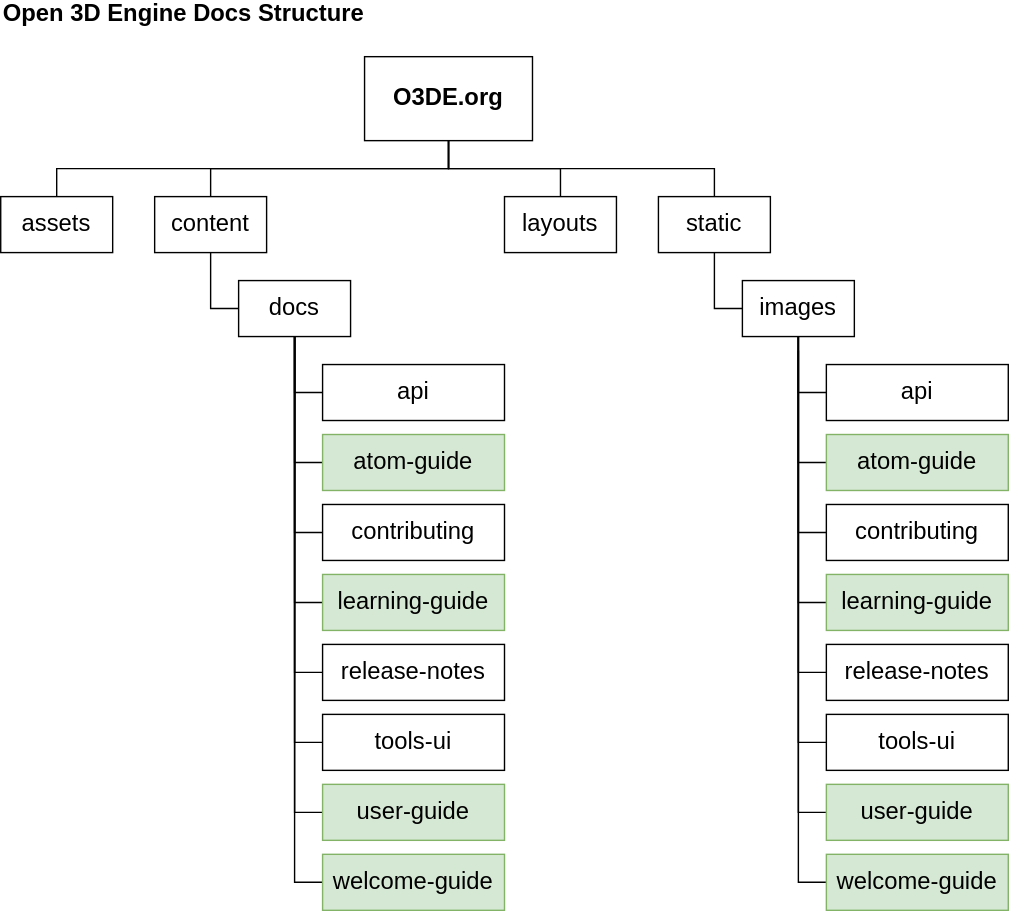
Above: static/images/contributing/to-docs/o3de-directory-structure.svg in o3de/o3de.org (draw.io), before the change. Source tidied: cells renumbered, new cells last; positions are measured from the earlier drawing's top-left corner, leaving out a move shared by most shapes. Its diagram source:
```xml
<mxGraphModel>
  <root>
    <mxCell id="0" />
    <mxCell id="1" parent="0" />
    <mxCell id="2" style="edgeStyle=orthogonalEdgeStyle;rounded=0;jettySize=auto;html=1;exitX=0.5;exitY=1;exitDx=0;exitDy=0;entryX=0.5;entryY=0;entryDx=0;entryDy=0;fontFamily=Helvetica;fontSize=17;endArrow=none;endFill=0;startArrow=none;startFill=0;" parent="1" edge="1" source="6" target="8">
      <mxGeometry relative="1" as="geometry" />
    </mxCell>
    <mxCell id="3" style="edgeStyle=orthogonalEdgeStyle;rounded=0;jettySize=auto;html=1;exitX=0.5;exitY=1;exitDx=0;exitDy=0;entryX=0.5;entryY=0;entryDx=0;entryDy=0;fontFamily=Helvetica;fontSize=17;endArrow=none;endFill=0;" parent="1" edge="1" source="6" target="10">
      <mxGeometry relative="1" as="geometry" />
    </mxCell>
    <mxCell id="4" style="edgeStyle=orthogonalEdgeStyle;rounded=0;jettySize=auto;html=1;exitX=0.5;exitY=1;exitDx=0;exitDy=0;entryX=0.5;entryY=0;entryDx=0;entryDy=0;fontFamily=Helvetica;fontSize=17;endArrow=none;endFill=0;" parent="1" edge="1" source="6" target="11">
      <mxGeometry relative="1" as="geometry" />
    </mxCell>
    <mxCell id="5" style="edgeStyle=orthogonalEdgeStyle;rounded=0;jettySize=auto;html=1;exitX=0.5;exitY=1;exitDx=0;exitDy=0;fontFamily=Helvetica;fontSize=17;endArrow=none;endFill=0;" parent="1" edge="1" source="6" target="12">
      <mxGeometry relative="1" as="geometry" />
    </mxCell>
    <mxCell id="6" value="&lt;font style=&quot;font-size: 17px;&quot;&gt;&lt;b style=&quot;font-size: 17px;&quot;&gt;O3DE.org&lt;/b&gt;&lt;/font&gt;" style="rounded=0;whiteSpace=wrap;html=1;fontFamily=Helvetica;fontSize=17;" parent="1" vertex="1">
      <mxGeometry x="260" y="40" width="120" height="60" as="geometry" />
    </mxCell>
    <mxCell id="7" value="Open 3D Engine Docs Structure" style="text;html=1;strokeColor=none;fillColor=none;align=left;verticalAlign=middle;whiteSpace=wrap;rounded=0;fontFamily=Helvetica;fontSize=17;fontStyle=1;" parent="1" vertex="1">
      <mxGeometry width="310" height="20" as="geometry" />
    </mxCell>
    <mxCell id="8" value="assets" style="rounded=0;whiteSpace=wrap;html=1;fontFamily=Helvetica;fontSize=17;" parent="1" vertex="1">
      <mxGeometry y="140" width="80" height="40" as="geometry" />
    </mxCell>
    <mxCell id="9" style="edgeStyle=orthogonalEdgeStyle;rounded=0;jettySize=auto;html=1;entryX=0;entryY=0.5;entryDx=0;entryDy=0;fontFamily=Helvetica;fontSize=17;endArrow=none;endFill=0;" parent="1" edge="1" source="10" target="15">
      <mxGeometry relative="1" as="geometry" />
    </mxCell>
    <mxCell id="10" value="content" style="rounded=0;whiteSpace=wrap;html=1;fontFamily=Helvetica;fontSize=17;" parent="1" vertex="1">
      <mxGeometry x="110" y="140" width="80" height="40" as="geometry" />
    </mxCell>
    <mxCell id="11" value="layouts" style="rounded=0;whiteSpace=wrap;html=1;fontFamily=Helvetica;fontSize=17;" parent="1" vertex="1">
      <mxGeometry x="360" y="140" width="80" height="40" as="geometry" />
    </mxCell>
    <mxCell id="12" value="static" style="rounded=0;whiteSpace=wrap;html=1;fontFamily=Helvetica;fontSize=17;" parent="1" vertex="1">
      <mxGeometry x="470" y="140" width="80" height="40" as="geometry" />
    </mxCell>
    <mxCell id="13" style="edgeStyle=orthogonalEdgeStyle;rounded=0;jettySize=auto;html=1;exitX=0.5;exitY=1;exitDx=0;exitDy=0;entryX=0;entryY=0.5;entryDx=0;entryDy=0;fontFamily=Helvetica;fontSize=17;startArrow=none;startFill=0;endArrow=none;endFill=0;strokeColor=#000000;" parent="1" edge="1" source="15" target="16">
      <mxGeometry relative="1" as="geometry" />
    </mxCell>
    <mxCell id="14" style="edgeStyle=orthogonalEdgeStyle;rounded=0;jettySize=auto;html=1;exitX=0.5;exitY=1;exitDx=0;exitDy=0;entryX=0;entryY=0.5;entryDx=0;entryDy=0;fontFamily=Helvetica;fontSize=17;startArrow=none;startFill=0;endArrow=none;endFill=0;strokeColor=#000000;" parent="1" edge="1" source="15" target="19">
      <mxGeometry relative="1" as="geometry" />
    </mxCell>
    <mxCell id="15" value="docs" style="rounded=0;whiteSpace=wrap;html=1;fontFamily=Helvetica;fontSize=17;" parent="1" vertex="1">
      <mxGeometry x="170" y="200" width="80" height="40" as="geometry" />
    </mxCell>
    <mxCell id="16" value="api" style="rounded=0;whiteSpace=wrap;html=1;fontFamily=Helvetica;fontSize=17;" parent="1" vertex="1">
      <mxGeometry x="230" y="260" width="130" height="40" as="geometry" />
    </mxCell>
    <mxCell id="17" style="edgeStyle=orthogonalEdgeStyle;rounded=0;jettySize=auto;html=1;exitX=0;exitY=0.5;exitDx=0;exitDy=0;entryX=0.5;entryY=1;entryDx=0;entryDy=0;fontFamily=Helvetica;fontSize=17;startArrow=none;startFill=0;endArrow=none;endFill=0;strokeColor=#000000;" parent="1" edge="1" source="18" target="15">
      <mxGeometry relative="1" as="geometry" />
    </mxCell>
    <mxCell id="18" value="contributing" style="rounded=0;whiteSpace=wrap;html=1;fontFamily=Helvetica;fontSize=17;" parent="1" vertex="1">
      <mxGeometry x="230" y="360" width="130" height="40" as="geometry" />
    </mxCell>
    <mxCell id="19" value="learning-guide" style="rounded=0;whiteSpace=wrap;html=1;fontFamily=Helvetica;fontSize=17;fillColor=#d5e8d4;strokeColor=#82b366;" parent="1" vertex="1">
      <mxGeometry x="230" y="410" width="130" height="40" as="geometry" />
    </mxCell>
    <mxCell id="20" style="edgeStyle=orthogonalEdgeStyle;rounded=0;jettySize=auto;html=1;exitX=0;exitY=0.5;exitDx=0;exitDy=0;entryX=0.5;entryY=1;entryDx=0;entryDy=0;fontFamily=Helvetica;fontSize=17;startArrow=none;startFill=0;endArrow=none;endFill=0;strokeColor=#000000;" parent="1" edge="1" source="21" target="15">
      <mxGeometry relative="1" as="geometry" />
    </mxCell>
    <mxCell id="21" value="release-notes" style="rounded=0;whiteSpace=wrap;html=1;fontFamily=Helvetica;fontSize=17;" parent="1" vertex="1">
      <mxGeometry x="230" y="460" width="130" height="40" as="geometry" />
    </mxCell>
    <mxCell id="22" style="edgeStyle=orthogonalEdgeStyle;rounded=0;jettySize=auto;html=1;exitX=0;exitY=0.5;exitDx=0;exitDy=0;entryX=0.5;entryY=1;entryDx=0;entryDy=0;fontFamily=Helvetica;fontSize=17;startArrow=none;startFill=0;endArrow=none;endFill=0;strokeColor=#000000;" parent="1" edge="1" source="23" target="15">
      <mxGeometry relative="1" as="geometry" />
    </mxCell>
    <mxCell id="23" value="tools-ui" style="rounded=0;whiteSpace=wrap;html=1;fontFamily=Helvetica;fontSize=17;" parent="1" vertex="1">
      <mxGeometry x="230" y="510" width="130" height="40" as="geometry" />
    </mxCell>
    <mxCell id="24" style="edgeStyle=orthogonalEdgeStyle;rounded=0;jettySize=auto;html=1;exitX=0;exitY=0.5;exitDx=0;exitDy=0;entryX=0.5;entryY=1;entryDx=0;entryDy=0;fontFamily=Helvetica;fontSize=17;startArrow=none;startFill=0;endArrow=none;endFill=0;strokeColor=#000000;" parent="1" edge="1" source="25" target="15">
      <mxGeometry relative="1" as="geometry" />
    </mxCell>
    <mxCell id="25" value="user-guide" style="rounded=0;whiteSpace=wrap;html=1;fontFamily=Helvetica;fontSize=17;fillColor=#d5e8d4;strokeColor=#82b366;" parent="1" vertex="1">
      <mxGeometry x="230" y="560" width="130" height="40" as="geometry" />
    </mxCell>
    <mxCell id="26" style="edgeStyle=orthogonalEdgeStyle;rounded=0;jettySize=auto;html=1;fontFamily=Helvetica;fontSize=17;startArrow=none;startFill=0;endArrow=none;endFill=0;strokeColor=#000000;" parent="1" edge="1" source="27">
      <mxGeometry relative="1" as="geometry">
        <mxPoint x="210" y="240" as="targetPoint" />
      </mxGeometry>
    </mxCell>
    <mxCell id="27" value="welcome-guide" style="rounded=0;whiteSpace=wrap;html=1;fontFamily=Helvetica;fontSize=17;fillColor=#d5e8d4;strokeColor=#82b366;" parent="1" vertex="1">
      <mxGeometry x="230" y="610" width="130" height="40" as="geometry" />
    </mxCell>
    <mxCell id="28" style="edgeStyle=orthogonalEdgeStyle;rounded=0;jettySize=auto;html=1;exitX=0;exitY=0.5;exitDx=0;exitDy=0;entryX=0.5;entryY=1;entryDx=0;entryDy=0;fontFamily=Helvetica;fontSize=17;startArrow=none;startFill=0;endArrow=none;endFill=0;strokeColor=#000000;" parent="1" edge="1" source="29" target="15">
      <mxGeometry relative="1" as="geometry" />
    </mxCell>
    <mxCell id="29" value="atom-guide" style="rounded=0;whiteSpace=wrap;html=1;fontFamily=Helvetica;fontSize=17;fillColor=#d5e8d4;strokeColor=#82b366;" parent="1" vertex="1">
      <mxGeometry x="230" y="310" width="130" height="40" as="geometry" />
    </mxCell>
    <mxCell id="30" style="edgeStyle=orthogonalEdgeStyle;rounded=0;jettySize=auto;html=1;exitX=0.5;exitY=1;exitDx=0;exitDy=0;entryX=0;entryY=0.5;entryDx=0;entryDy=0;fontFamily=Helvetica;fontSize=17;startArrow=none;startFill=0;endArrow=none;endFill=0;strokeColor=#000000;" parent="1" edge="1" source="32" target="33">
      <mxGeometry relative="1" as="geometry" />
    </mxCell>
    <mxCell id="31" style="edgeStyle=orthogonalEdgeStyle;rounded=0;jettySize=auto;html=1;exitX=0;exitY=0.5;exitDx=0;exitDy=0;entryX=0.5;entryY=1;entryDx=0;entryDy=0;fontFamily=Helvetica;fontSize=17;startArrow=none;startFill=0;endArrow=none;endFill=0;strokeColor=#000000;" parent="1" edge="1" source="32" target="12">
      <mxGeometry relative="1" as="geometry" />
    </mxCell>
    <mxCell id="32" value="images" style="rounded=0;whiteSpace=wrap;html=1;fontFamily=Helvetica;fontSize=17;" parent="1" vertex="1">
      <mxGeometry x="530" y="200" width="80" height="40" as="geometry" />
    </mxCell>
    <mxCell id="33" value="api" style="rounded=0;whiteSpace=wrap;html=1;fontFamily=Helvetica;fontSize=17;" parent="1" vertex="1">
      <mxGeometry x="590" y="260" width="130" height="40" as="geometry" />
    </mxCell>
    <mxCell id="34" style="edgeStyle=orthogonalEdgeStyle;rounded=0;jettySize=auto;html=1;exitX=0;exitY=0.5;exitDx=0;exitDy=0;fontFamily=Helvetica;fontSize=17;startArrow=none;startFill=0;endArrow=none;endFill=0;strokeColor=#000000;" parent="1" edge="1" source="35">
      <mxGeometry relative="1" as="geometry">
        <mxPoint x="570" y="240" as="targetPoint" />
      </mxGeometry>
    </mxCell>
    <mxCell id="35" value="contributing" style="rounded=0;whiteSpace=wrap;html=1;fontFamily=Helvetica;fontSize=17;" parent="1" vertex="1">
      <mxGeometry x="590" y="360" width="130" height="40" as="geometry" />
    </mxCell>
    <mxCell id="36" style="edgeStyle=orthogonalEdgeStyle;rounded=0;jettySize=auto;html=1;exitX=0;exitY=0.5;exitDx=0;exitDy=0;fontFamily=Helvetica;fontSize=17;startArrow=none;startFill=0;endArrow=none;endFill=0;strokeColor=#000000;" parent="1" edge="1" source="37">
      <mxGeometry relative="1" as="geometry">
        <mxPoint x="570" y="240" as="targetPoint" />
      </mxGeometry>
    </mxCell>
    <mxCell id="37" value="learning-guide" style="rounded=0;whiteSpace=wrap;html=1;fontFamily=Helvetica;fontSize=17;fillColor=#d5e8d4;strokeColor=#82b366;" parent="1" vertex="1">
      <mxGeometry x="590" y="410" width="130" height="40" as="geometry" />
    </mxCell>
    <mxCell id="38" style="edgeStyle=orthogonalEdgeStyle;rounded=0;jettySize=auto;html=1;exitX=0;exitY=0.5;exitDx=0;exitDy=0;fontFamily=Helvetica;fontSize=17;startArrow=none;startFill=0;endArrow=none;endFill=0;strokeColor=#000000;" parent="1" edge="1" source="39">
      <mxGeometry relative="1" as="geometry">
        <mxPoint x="570" y="250" as="targetPoint" />
      </mxGeometry>
    </mxCell>
    <mxCell id="39" value="release-notes" style="rounded=0;whiteSpace=wrap;html=1;fontFamily=Helvetica;fontSize=17;" parent="1" vertex="1">
      <mxGeometry x="590" y="460" width="130" height="40" as="geometry" />
    </mxCell>
    <mxCell id="40" style="edgeStyle=orthogonalEdgeStyle;rounded=0;jettySize=auto;html=1;exitX=0;exitY=0.5;exitDx=0;exitDy=0;fontFamily=Helvetica;fontSize=17;startArrow=none;startFill=0;endArrow=none;endFill=0;strokeColor=#000000;" parent="1" edge="1" source="41">
      <mxGeometry relative="1" as="geometry">
        <mxPoint x="570" y="250" as="targetPoint" />
      </mxGeometry>
    </mxCell>
    <mxCell id="41" value="tools-ui" style="rounded=0;whiteSpace=wrap;html=1;fontFamily=Helvetica;fontSize=17;" parent="1" vertex="1">
      <mxGeometry x="590" y="510" width="130" height="40" as="geometry" />
    </mxCell>
    <mxCell id="42" style="edgeStyle=orthogonalEdgeStyle;rounded=0;jettySize=auto;html=1;exitX=0;exitY=0.5;exitDx=0;exitDy=0;entryX=0.5;entryY=1;entryDx=0;entryDy=0;fontFamily=Helvetica;fontSize=17;startArrow=none;startFill=0;endArrow=none;endFill=0;strokeColor=#000000;" parent="1" edge="1" source="43" target="32">
      <mxGeometry relative="1" as="geometry" />
    </mxCell>
    <mxCell id="43" value="user-guide" style="rounded=0;whiteSpace=wrap;html=1;fontFamily=Helvetica;fontSize=17;fillColor=#d5e8d4;strokeColor=#82b366;" parent="1" vertex="1">
      <mxGeometry x="590" y="560" width="130" height="40" as="geometry" />
    </mxCell>
    <mxCell id="44" style="edgeStyle=orthogonalEdgeStyle;rounded=0;jettySize=auto;html=1;exitX=0;exitY=0.5;exitDx=0;exitDy=0;entryX=0.5;entryY=1;entryDx=0;entryDy=0;fontFamily=Helvetica;fontSize=17;startArrow=none;startFill=0;endArrow=none;endFill=0;strokeColor=#000000;" parent="1" edge="1" source="45" target="32">
      <mxGeometry relative="1" as="geometry" />
    </mxCell>
    <mxCell id="45" value="welcome-guide" style="rounded=0;whiteSpace=wrap;html=1;fontFamily=Helvetica;fontSize=17;fillColor=#d5e8d4;strokeColor=#82b366;" parent="1" vertex="1">
      <mxGeometry x="590" y="610" width="130" height="40" as="geometry" />
    </mxCell>
    <mxCell id="46" style="edgeStyle=orthogonalEdgeStyle;rounded=0;jettySize=auto;html=1;exitX=0;exitY=0.5;exitDx=0;exitDy=0;entryX=0.5;entryY=1;entryDx=0;entryDy=0;fontFamily=Helvetica;fontSize=17;startArrow=none;startFill=0;endArrow=none;endFill=0;strokeColor=#000000;" parent="1" edge="1" source="47" target="32">
      <mxGeometry relative="1" as="geometry" />
    </mxCell>
    <mxCell id="47" value="atom-guide" style="rounded=0;whiteSpace=wrap;html=1;fontFamily=Helvetica;fontSize=17;fillColor=#d5e8d4;strokeColor=#82b366;" parent="1" vertex="1">
      <mxGeometry x="590" y="310" width="130" height="40" as="geometry" />
    </mxCell>
  </root>
</mxGraphModel>
```
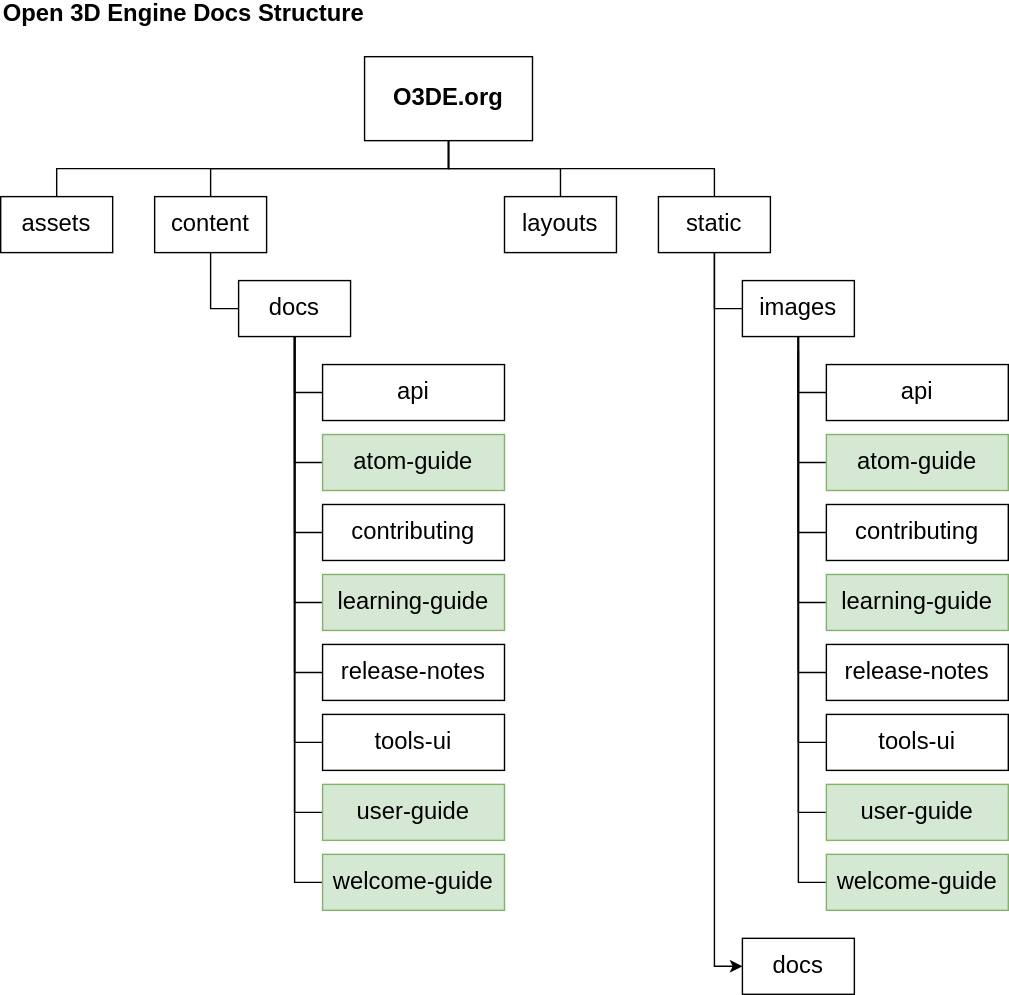
The same diagram one commit later.

Commit message:
Added /static/docs to diagram

Change to the diagram source:
```diff
@@ -32,6 +32,9 @@
     <mxCell id="11" value="layouts" style="rounded=0;whiteSpace=wrap;html=1;fontFamily=Helvetica;fontSize=17;" parent="1" vertex="1">
       <mxGeometry x="360" y="140" width="80" height="40" as="geometry" />
     </mxCell>
+    <mxCell id="48" style="edgeStyle=orthogonalEdgeStyle;rounded=0;jettySize=auto;html=1;exitX=0.5;exitY=1;exitDx=0;exitDy=0;entryX=0;entryY=0.5;entryDx=0;entryDy=0;" parent="1" edge="1" source="12" target="49">
+      <mxGeometry relative="1" as="geometry" />
+    </mxCell>
     <mxCell id="12" value="static" style="rounded=0;whiteSpace=wrap;html=1;fontFamily=Helvetica;fontSize=17;" parent="1" vertex="1">
       <mxGeometry x="470" y="140" width="80" height="40" as="geometry" />
     </mxCell>
@@ -150,5 +153,8 @@
     <mxCell id="47" value="atom-guide" style="rounded=0;whiteSpace=wrap;html=1;fontFamily=Helvetica;fontSize=17;fillColor=#d5e8d4;strokeColor=#82b366;" parent="1" vertex="1">
       <mxGeometry x="590" y="310" width="130" height="40" as="geometry" />
     </mxCell>
+    <mxCell id="49" value="docs" style="rounded=0;whiteSpace=wrap;html=1;fontFamily=Helvetica;fontSize=17;" parent="1" vertex="1">
+      <mxGeometry x="530" y="670" width="80" height="40" as="geometry" />
+    </mxCell>
   </root>
 </mxGraphModel>
```
